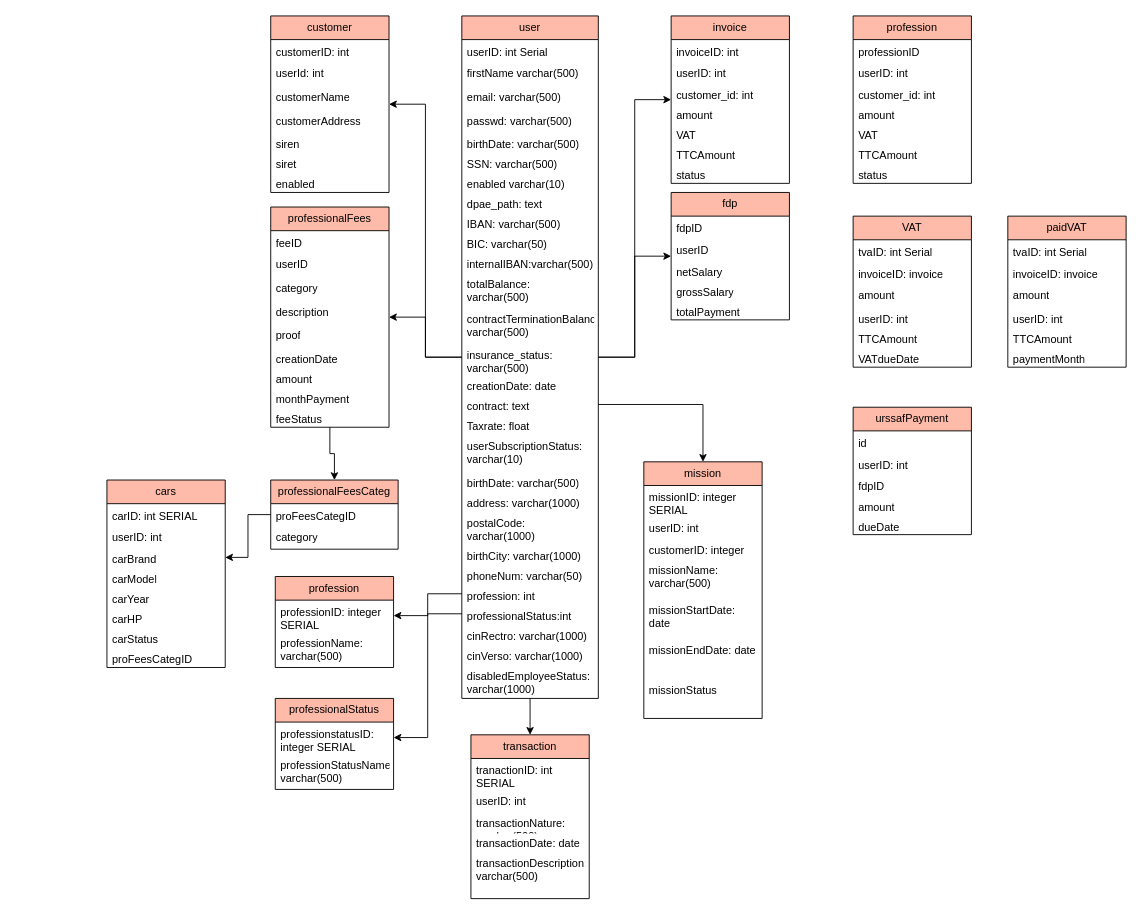
Before: DBSchema.drawio in kawageek/jump-killer, a draw.io diagram. Source tidied: cells renumbered, new cells numbered last; positions are measured from the earlier drawing's top-left corner, leaving out a move shared by most shapes. Both pictures are drawn from the tidied source at 91%, with x=0, y=0 at pixel (106, 15).
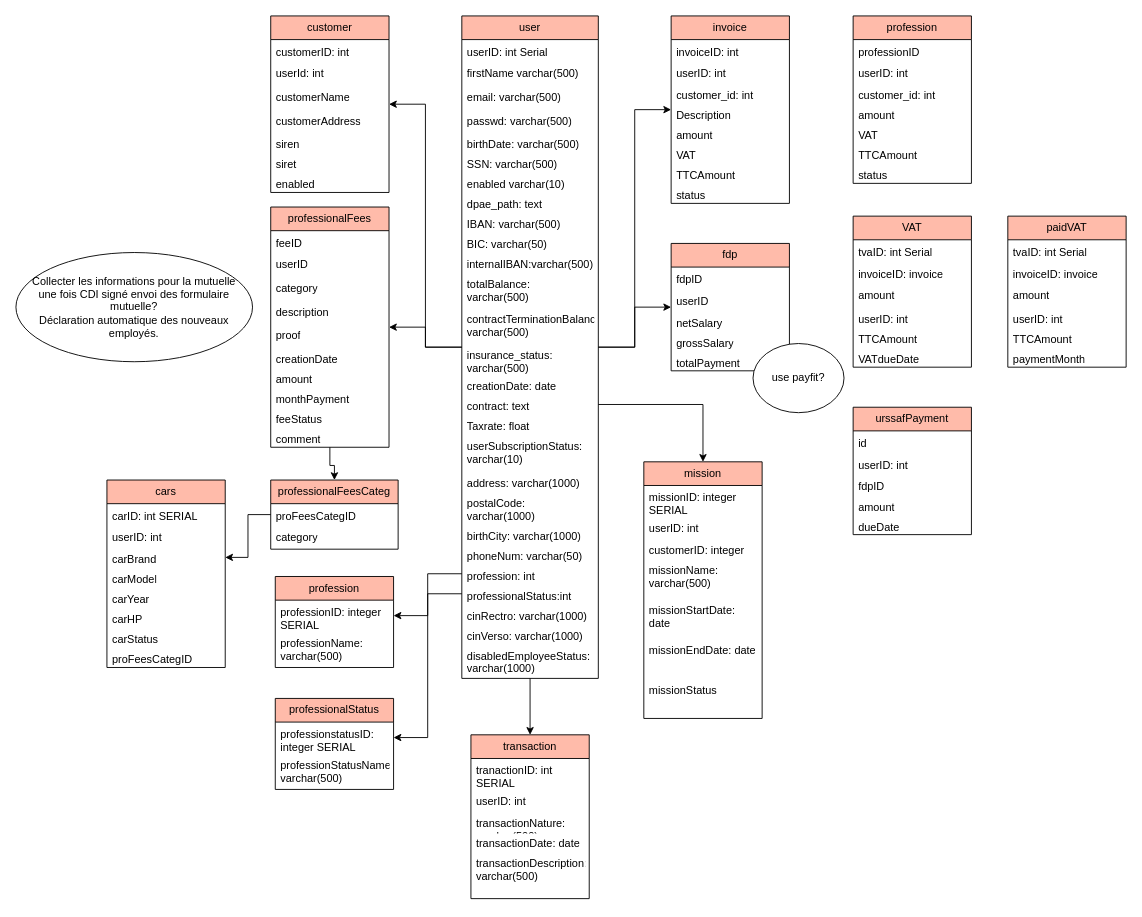
After the change.

Commit message:
Mettre à jour DBSchema.drawio

What changed in the source:
```diff
@@
     <mxCell id="7" value="user" style="swimlane;fontStyle=0;horizontal=1;startSize=26;fillColor=#fba;whiteSpace=wrap;html=1;" parent="1" vertex="1">
-      <mxGeometry x="390" width="150" height="750" as="geometry" />
+      <mxGeometry x="390" width="150" height="728" as="geometry" />
     </mxCell>
@@
-    <mxCell id="26" value="birthDate: varchar(500)" style="text;strokeColor=none;fillColor=none;align=left;verticalAlign=top;spacingLeft=4;spacingRight=4;overflow=hidden;whiteSpace=wrap;html=1;" parent="7" vertex="1">
-      <mxGeometry y="500" width="150" height="22" as="geometry" />
-    </mxCell>
     <mxCell id="27" value="address: varchar(1000)" style="text;strokeColor=none;fillColor=none;align=left;verticalAlign=top;spacingLeft=4;spacingRight=4;overflow=hidden;whiteSpace=wrap;html=1;" parent="7" vertex="1">
-      <mxGeometry y="522" width="150" height="22" as="geometry" />
+      <mxGeometry y="500" width="150" height="22" as="geometry" />
     </mxCell>
     <mxCell id="28" value="postalCode: varchar(1000)" style="text;strokeColor=none;fillColor=none;align=left;verticalAlign=top;spacingLeft=4;spacingRight=4;overflow=hidden;whiteSpace=wrap;html=1;" parent="7" vertex="1">
-      <mxGeometry y="544" width="150" height="36" as="geometry" />
+      <mxGeometry y="522" width="150" height="36" as="geometry" />
     </mxCell>
     <mxCell id="29" value="birthCity: varchar(1000)" style="text;strokeColor=none;fillColor=none;align=left;verticalAlign=top;spacingLeft=4;spacingRight=4;overflow=hidden;whiteSpace=wrap;html=1;" parent="7" vertex="1">
-      <mxGeometry y="580" width="150" height="22" as="geometry" />
+      <mxGeometry y="558" width="150" height="22" as="geometry" />
     </mxCell>
     <mxCell id="30" value="phoneNum: varchar(50)" style="text;strokeColor=none;fillColor=none;align=left;verticalAlign=top;spacingLeft=4;spacingRight=4;overflow=hidden;whiteSpace=wrap;html=1;" parent="7" vertex="1">
-      <mxGeometry y="602" width="150" height="22" as="geometry" />
+      <mxGeometry y="580" width="150" height="22" as="geometry" />
     </mxCell>
     <mxCell id="31" value="profession: int" style="text;strokeColor=none;fillColor=none;align=left;verticalAlign=top;spacingLeft=4;spacingRight=4;overflow=hidden;points=[[0,0.5],[1,0.5]];portConstraint=eastwest;whiteSpace=wrap;html=1;" parent="7" vertex="1">
-      <mxGeometry y="624" width="150" height="22" as="geometry" />
+      <mxGeometry y="602" width="150" height="22" as="geometry" />
     </mxCell>
     <mxCell id="32" value="professionalStatus:int" style="text;strokeColor=none;fillColor=none;align=left;verticalAlign=top;spacingLeft=4;spacingRight=4;overflow=hidden;points=[[0,0.5],[1,0.5]];portConstraint=eastwest;whiteSpace=wrap;html=1;" parent="7" vertex="1">
-      <mxGeometry y="646" width="150" height="22" as="geometry" />
+      <mxGeometry y="624" width="150" height="22" as="geometry" />
     </mxCell>
     <mxCell id="33" value="cinRectro: varchar(1000)" style="text;strokeColor=none;fillColor=none;align=left;verticalAlign=top;spacingLeft=4;spacingRight=4;overflow=hidden;whiteSpace=wrap;html=1;" parent="7" vertex="1">
-      <mxGeometry y="668" width="150" height="22" as="geometry" />
+      <mxGeometry y="646" width="150" height="22" as="geometry" />
     </mxCell>
     <mxCell id="34" value="cinVerso: varchar(1000)" style="text;strokeColor=none;fillColor=none;align=left;verticalAlign=top;spacingLeft=4;spacingRight=4;overflow=hidden;whiteSpace=wrap;html=1;" parent="7" vertex="1">
-      <mxGeometry y="690" width="150" height="22" as="geometry" />
+      <mxGeometry y="668" width="150" height="22" as="geometry" />
     </mxCell>
     <mxCell id="35" value="disabledEmployeeStatus: varchar(1000)" style="text;strokeColor=none;fillColor=none;align=left;verticalAlign=top;spacingLeft=4;spacingRight=4;overflow=hidden;whiteSpace=wrap;html=1;" parent="7" vertex="1">
-      <mxGeometry y="712" width="150" height="38" as="geometry" />
+      <mxGeometry y="690" width="150" height="38" as="geometry" />
     </mxCell>
     <mxCell id="36" value="invoice" style="swimlane;fontStyle=0;horizontal=1;startSize=26;fillColor=#fba;whiteSpace=wrap;html=1;" parent="1" vertex="1">
-      <mxGeometry x="620" width="130" height="184" as="geometry" />
+      <mxGeometry x="620" width="130" height="206" as="geometry" />
     </mxCell>
@@
+    <mxCell id="133" value="Description" style="text;strokeColor=none;fillColor=none;align=left;verticalAlign=top;spacingLeft=4;spacingRight=4;overflow=hidden;whiteSpace=wrap;html=1;" parent="36" vertex="1">
+      <mxGeometry y="96" width="130" height="22" as="geometry" />
+    </mxCell>
     <mxCell id="40" value="amount" style="text;strokeColor=none;fillColor=none;align=left;verticalAlign=top;spacingLeft=4;spacingRight=4;overflow=hidden;whiteSpace=wrap;html=1;" parent="36" vertex="1">
-      <mxGeometry y="96" width="130" height="22" as="geometry" />
+      <mxGeometry y="118" width="130" height="22" as="geometry" />
     </mxCell>
     <mxCell id="41" value="VAT" style="text;strokeColor=none;fillColor=none;align=left;verticalAlign=top;spacingLeft=4;spacingRight=4;overflow=hidden;whiteSpace=wrap;html=1;" parent="36" vertex="1">
-      <mxGeometry y="118" width="130" height="22" as="geometry" />
+      <mxGeometry y="140" width="130" height="22" as="geometry" />
     </mxCell>
     <mxCell id="42" value="TTCAmount" style="text;strokeColor=none;fillColor=none;align=left;verticalAlign=top;spacingLeft=4;spacingRight=4;overflow=hidden;whiteSpace=wrap;html=1;" parent="36" vertex="1">
-      <mxGeometry y="140" width="130" height="22" as="geometry" />
+      <mxGeometry y="162" width="130" height="22" as="geometry" />
     </mxCell>
     <mxCell id="43" value="status" style="text;strokeColor=none;fillColor=none;align=left;verticalAlign=top;spacingLeft=4;spacingRight=4;overflow=hidden;whiteSpace=wrap;html=1;" parent="36" vertex="1">
-      <mxGeometry y="162" width="130" height="22" as="geometry" />
+      <mxGeometry y="184" width="130" height="22" as="geometry" />
     </mxCell>
     <mxCell id="44" value="fdp" style="swimlane;fontStyle=0;horizontal=1;startSize=26;fillColor=#fba;whiteSpace=wrap;html=1;" parent="1" vertex="1">
-      <mxGeometry x="620" y="194" width="130" height="140" as="geometry" />
+      <mxGeometry x="620" y="250" width="130" height="140" as="geometry" />
     </mxCell>
@@
     <mxCell id="51" value="professionalFees" style="swimlane;fontStyle=0;horizontal=1;startSize=26;fillColor=#fba;whiteSpace=wrap;html=1;" parent="1" vertex="1">
-      <mxGeometry x="180" y="210" width="130" height="242" as="geometry" />
+      <mxGeometry x="180" y="210" width="130" height="264" as="geometry" />
     </mxCell>
@@
+    <mxCell id="134" value="comment" style="text;strokeColor=none;fillColor=none;align=left;verticalAlign=top;spacingLeft=4;spacingRight=4;overflow=hidden;whiteSpace=wrap;html=1;" parent="51" vertex="1">
+      <mxGeometry y="242" width="130" height="22" as="geometry" />
+    </mxCell>
@@
+    <mxCell id="135" value="Collecter les informations pour la mutuelle&lt;div&gt;une fois CDI signé envoi des formulaire mutuelle?&lt;/div&gt;&lt;div class=&quot;&quot;&gt;Déclaration automatique des nouveaux employés.&lt;/div&gt;" style="ellipse;whiteSpace=wrap;html=1;" parent="1" vertex="1">
+      <mxGeometry x="-100" y="260" width="260" height="120" as="geometry" />
+    </mxCell>
+    <mxCell id="136" value="use payfit?" style="ellipse;whiteSpace=wrap;html=1;" parent="1" vertex="1">
+      <mxGeometry x="710" y="360" width="100" height="76" as="geometry" />
+    </mxCell>
```
